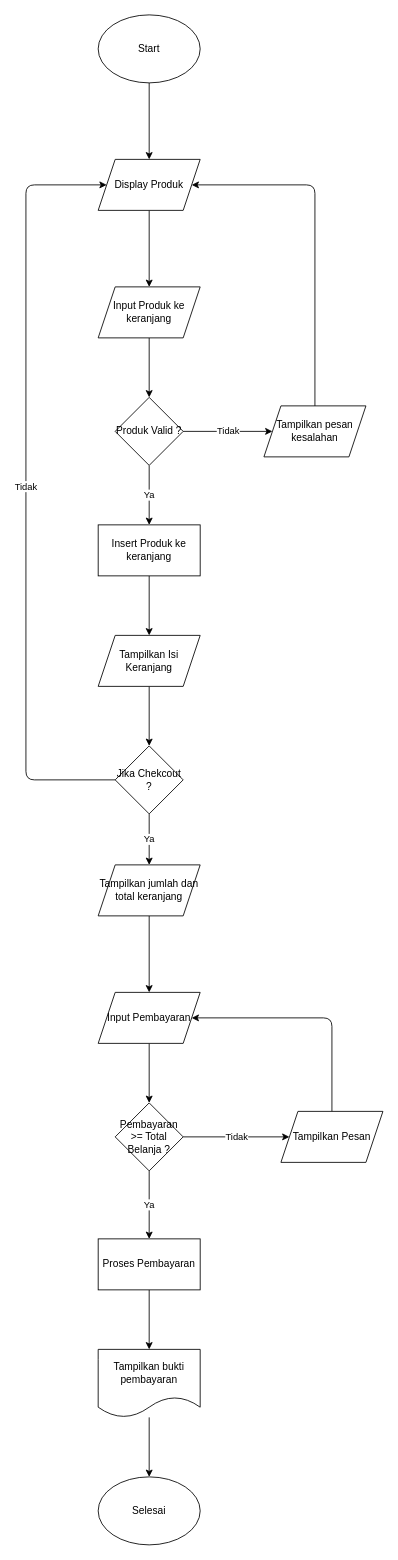
The draw.io diagram flowchart.drawio in rahmatsoleh/rahmat_soleh-shopping_cart, before the edit. Source tidied: cells renumbered, new cells numbered last; positions are measured from the earlier drawing's top-left corner, leaving out a move shared by most shapes. Both pictures are drawn from the tidied source at 85%, with x=0, y=0 at pixel (26, 14).
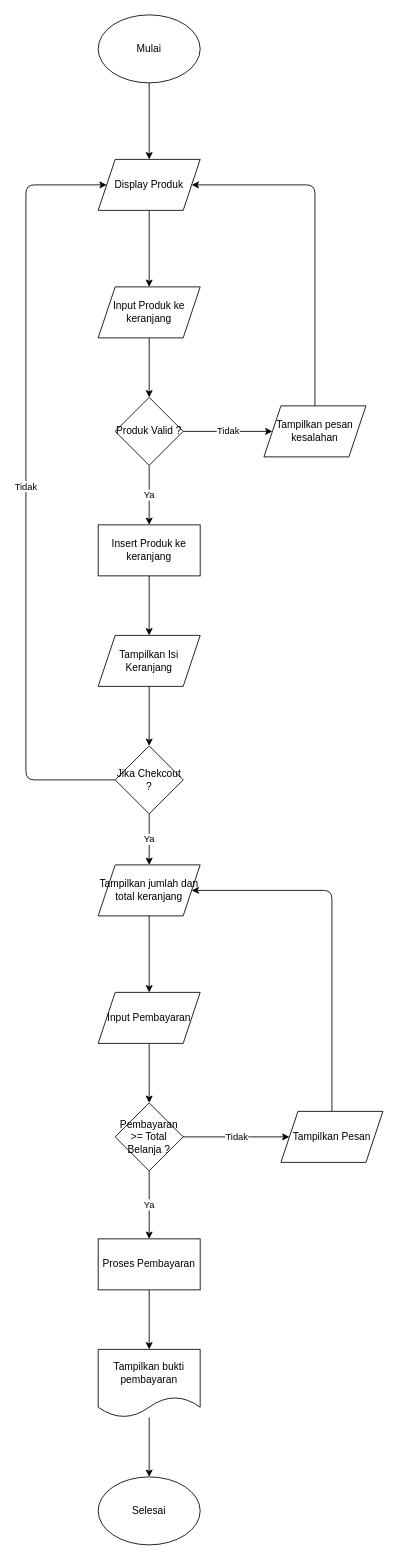
The same diagram, later.

Commit message:
Update flowchart design in flowchart.drawio

Unchanged cells that the change refers to:
```xml
<mxCell id="21" value="Tampilkan jumlah dan total keranjang" style="shape=parallelogram;perimeter=parallelogramPerimeter;whiteSpace=wrap;html=1;fixedSize=1;" parent="1" vertex="1">
  <mxGeometry x="85" y="1000" width="120" height="60" as="geometry" />
</mxCell>
<mxCell id="23" value="Input Pembayaran" style="shape=parallelogram;perimeter=parallelogramPerimeter;whiteSpace=wrap;html=1;fixedSize=1;" parent="1" vertex="1">
  <mxGeometry x="85" y="1150" width="120" height="60" as="geometry" />
</mxCell>
<mxCell id="28" value="Tampilkan Pesan" style="shape=parallelogram;perimeter=parallelogramPerimeter;whiteSpace=wrap;html=1;fixedSize=1;" parent="1" vertex="1">
  <mxGeometry x="300" y="1290" width="120" height="60" as="geometry" />
</mxCell>
```

The edit, as a diff of the source:
```diff
@@
-    <mxCell id="3" value="Start" style="ellipse;whiteSpace=wrap;html=1;" parent="1" vertex="1">
+    <mxCell id="3" value="Mulai" style="ellipse;whiteSpace=wrap;html=1;" parent="1" vertex="1">
       <mxGeometry x="85" width="120" height="80" as="geometry" />
     </mxCell>
@@
-    <mxCell id="27" style="edgeStyle=none;html=1;entryX=1;entryY=0.5;entryDx=0;entryDy=0;" parent="1" edge="1" source="28" target="23">
+    <mxCell id="27" style="edgeStyle=none;html=1;entryX=1;entryY=0.5;entryDx=0;entryDy=0;" parent="1" edge="1" source="28" target="21">
       <mxGeometry relative="1" as="geometry">
         <Array as="points">
           <mxPoint x="360" y="1180" />
+          <mxPoint x="360" y="1030" />
         </Array>
       </mxGeometry>
     </mxCell>
```
